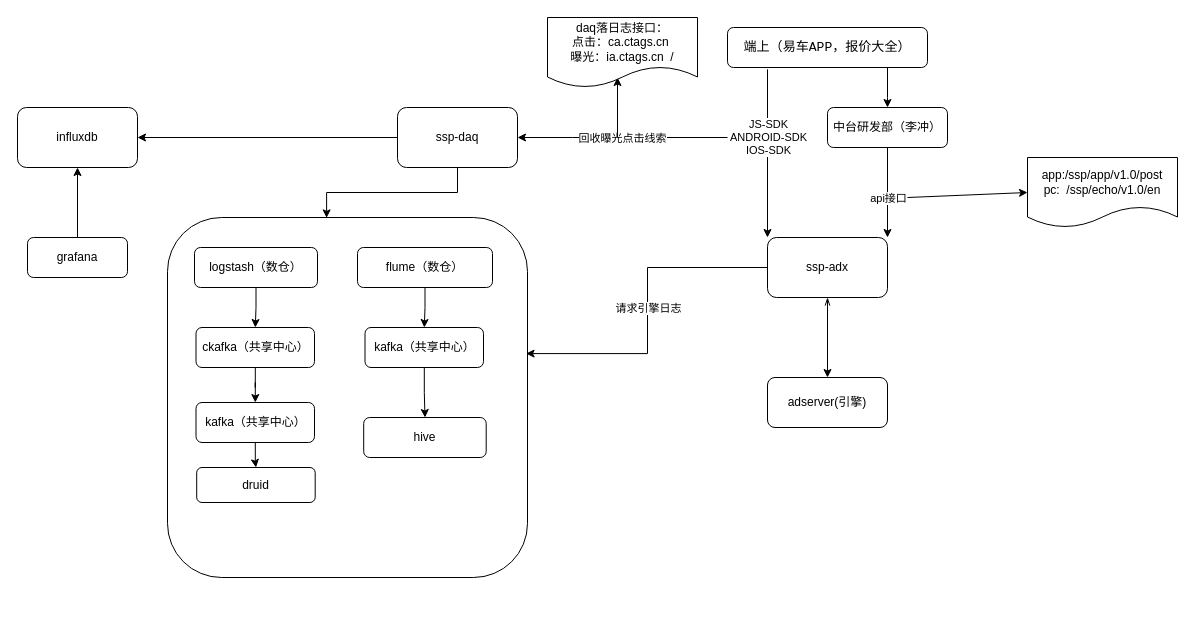
The draw.io diagram Untitled Diagram.drawio in huankong/processon, before the edit. Source tidied: cells renumbered, new cells numbered last; positions are measured from the earlier drawing's top-left corner, leaving out a move shared by most shapes. Both pictures are drawn from the tidied source at 100%, with x=0, y=0 at pixel (17, 17).
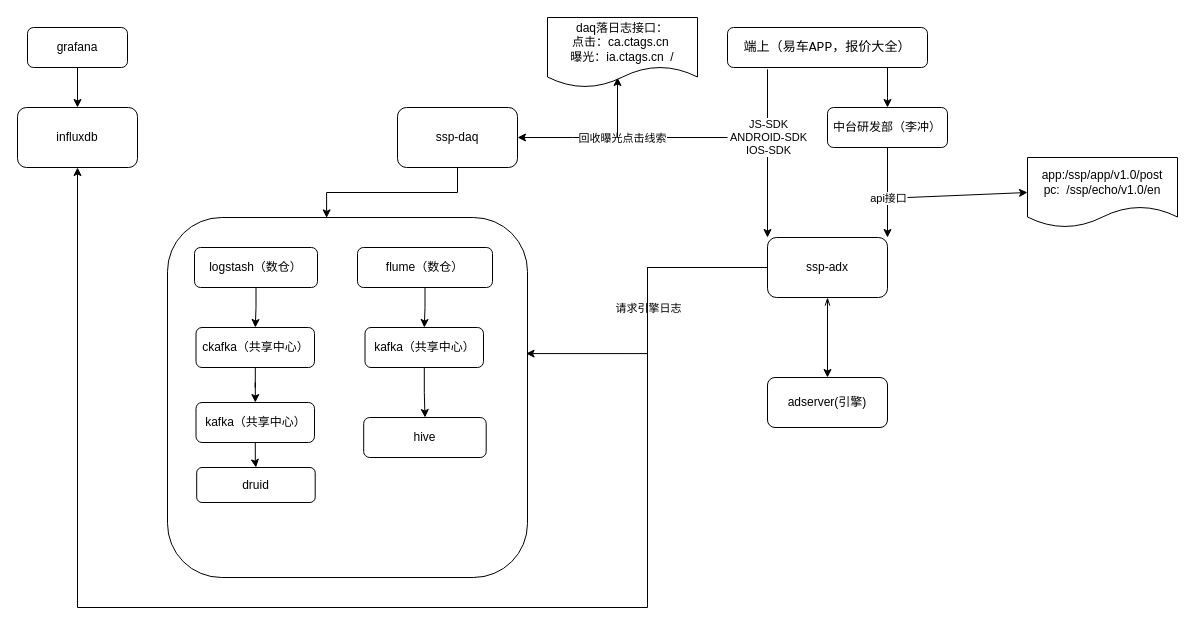
The same diagram, later.

Unchanged cells that the change refers to:
```xml
<mxCell id="9" value="ssp-adx" style="whiteSpace=wrap;html=1;rounded=1;" parent="1" vertex="1">
  <mxGeometry x="750" y="220" width="120" height="60" as="geometry" />
</mxCell>
<mxCell id="18" value="ssp-daq" style="whiteSpace=wrap;html=1;rounded=1;" parent="1" vertex="1">
  <mxGeometry x="380" y="90" width="120" height="60" as="geometry" />
</mxCell>
<mxCell id="36" value="influxdb" style="whiteSpace=wrap;html=1;rounded=1;" parent="1" vertex="1">
  <mxGeometry y="90" width="120" height="60" as="geometry" />
</mxCell>
```

The edit, as a diff of the source:
```diff
@@
-    <mxCell id="17" style="edgeStyle=orthogonalEdgeStyle;rounded=0;jettySize=auto;html=1;startArrow=none;startFill=0;" parent="1" edge="1" source="18" target="36">
-      <mxGeometry relative="1" as="geometry" />
+    <mxCell id="17" style="edgeStyle=orthogonalEdgeStyle;rounded=0;jettySize=auto;html=1;startArrow=none;startFill=0;exitX=0;exitY=0.5;exitDx=0;exitDy=0;" parent="1" edge="1" source="9" target="36">
+      <mxGeometry relative="1" as="geometry">
+        <Array as="points">
+          <mxPoint x="630" y="250" />
+          <mxPoint x="630" y="590" />
+          <mxPoint x="60" y="590" />
+        </Array>
+      </mxGeometry>
     </mxCell>
@@
     <mxCell id="35" value="grafana" style="rounded=1;whiteSpace=wrap;html=1;fillColor=none;" parent="1" vertex="1">
-      <mxGeometry x="10" y="220" width="100" height="40" as="geometry" />
+      <mxGeometry x="10" y="10" width="100" height="40" as="geometry" />
     </mxCell>
```
